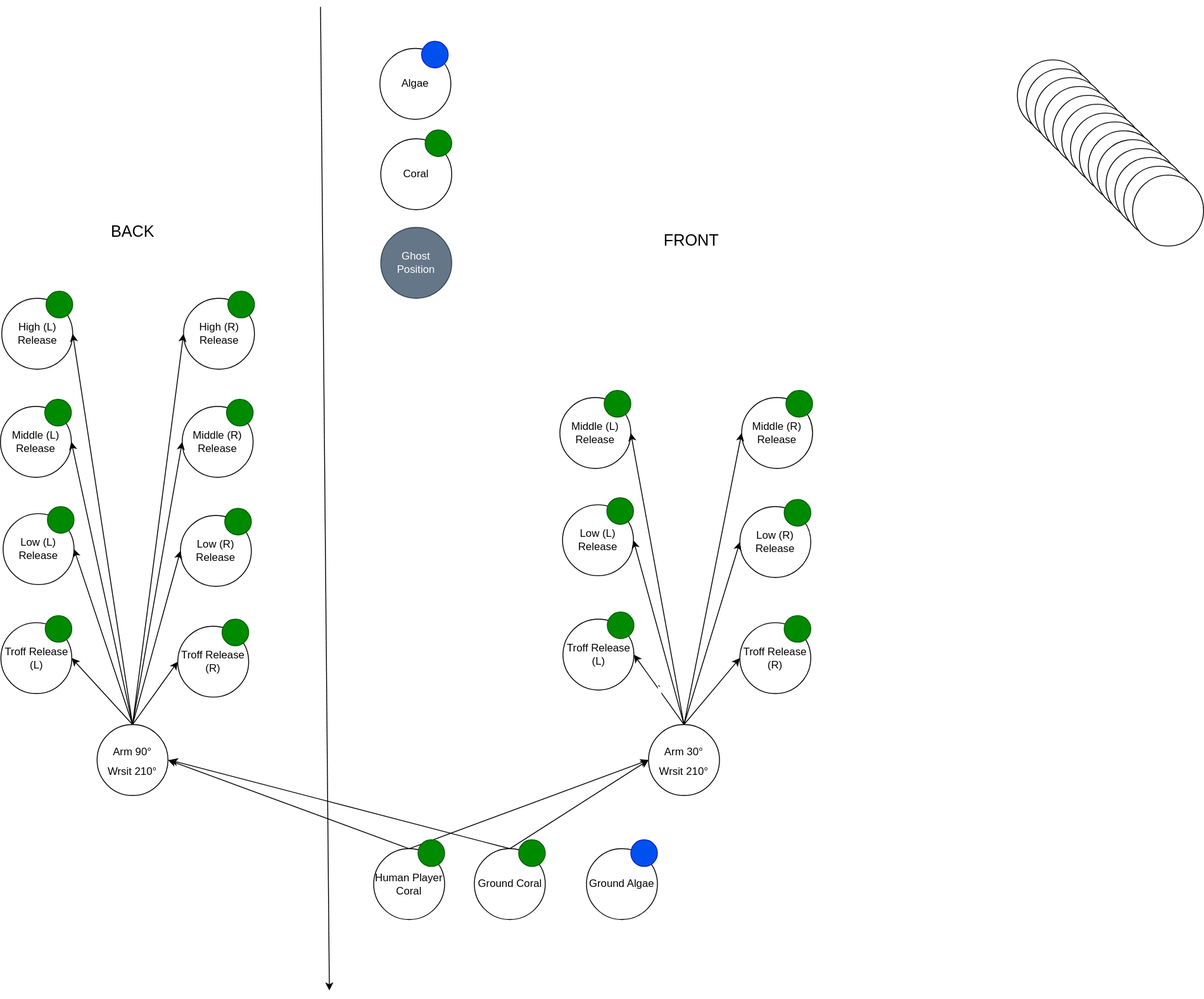
Above: src/main/java/frc/robot/subsystems/ArmControl/ArmGraph.drawio.svg in RossRambotics/2025-ReefScape (draw.io), before the change. Source tidied: cells renumbered, new cells last; positions are measured from the earlier drawing's top-left corner, leaving out a move shared by most shapes.
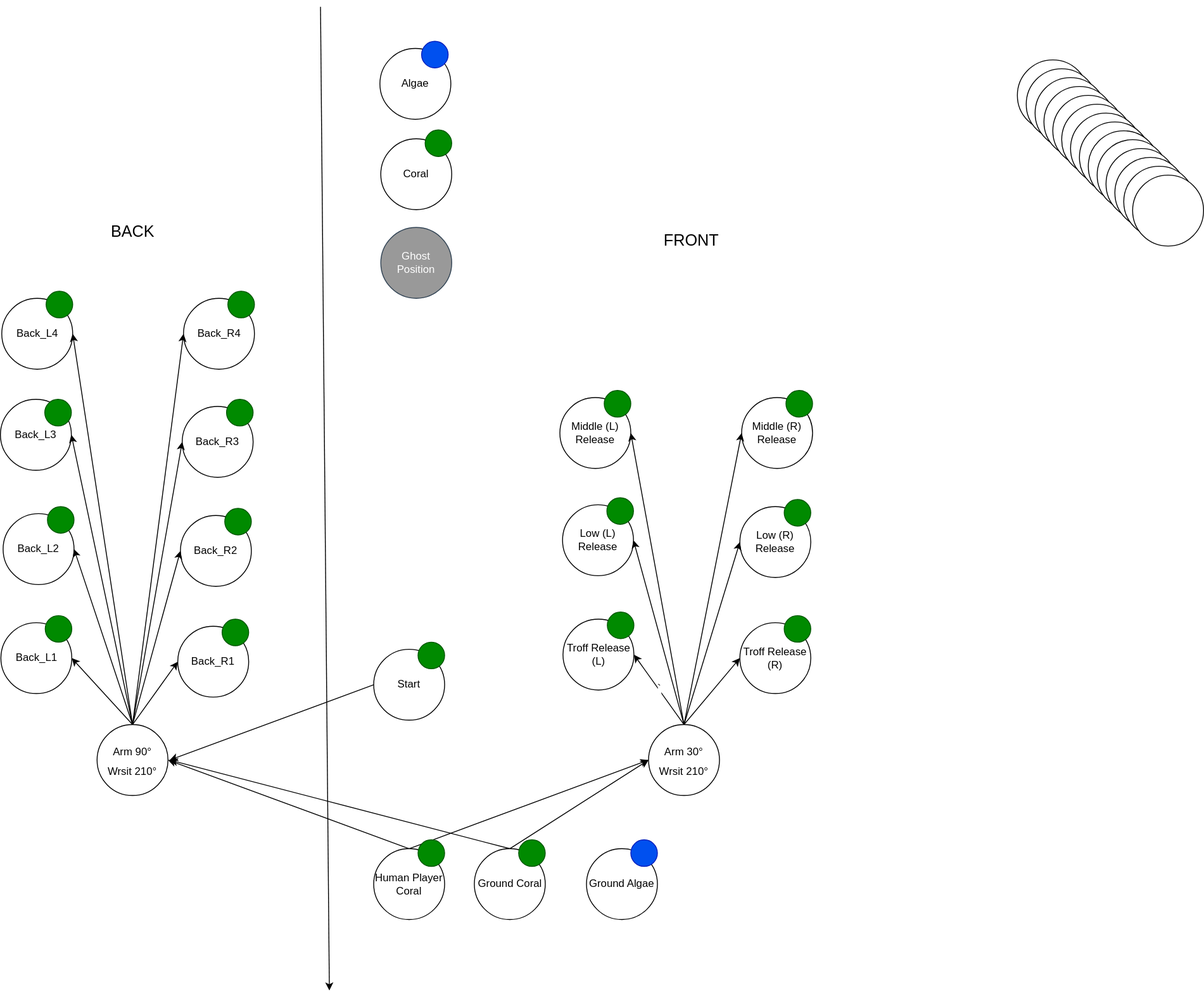
Later version of the same file.

The edit, as a diff of the source:
```diff
@@ -14,7 +14,7 @@
     <mxCell id="5" style="ellipse;whiteSpace=wrap;html=1;fillColor=#0050ef;fontColor=#ffffff;strokeColor=#001DBC;" parent="1" vertex="1">
       <mxGeometry x="475" y="39" width="30" height="30" as="geometry" />
     </mxCell>
-    <mxCell id="6" value="Ghost Position" style="ellipse;whiteSpace=wrap;html=1;fillColor=#647687;strokeColor=#314354;fontColor=#ffffff;gradientColor=none;" parent="1" vertex="1">
+    <mxCell id="6" value="Ghost Position" style="ellipse;whiteSpace=wrap;html=1;fillColor=#999999;strokeColor=#314354;fontColor=#ffffff;gradientColor=none;" parent="1" vertex="1">
       <mxGeometry x="429" y="249" width="80" height="80" as="geometry" />
     </mxCell>
     <mxCell id="7" style="edgeStyle=none;html=1;exitX=0.5;exitY=0;exitDx=0;exitDy=0;entryX=0;entryY=0.5;entryDx=0;entryDy=0;fontSize=12;" parent="1" edge="1" source="9" target="68">
@@ -121,31 +121,31 @@
     <mxCell id="39" style="ellipse;whiteSpace=wrap;html=1;gradientColor=none;" parent="1" vertex="1">
       <mxGeometry x="1277" y="190" width="80" height="80" as="geometry" />
     </mxCell>
-    <mxCell id="40" value="Troff Release (L)" style="ellipse;whiteSpace=wrap;html=1;gradientColor=none;" parent="1" vertex="1">
+    <mxCell id="40" value="Back_L1" style="ellipse;whiteSpace=wrap;html=1;gradientColor=none;" parent="1" vertex="1">
       <mxGeometry x="0.5" y="695" width="80" height="80" as="geometry" />
     </mxCell>
     <mxCell id="41" style="ellipse;whiteSpace=wrap;html=1;fillColor=#008a00;fontColor=#ffffff;strokeColor=#005700;" parent="1" vertex="1">
       <mxGeometry x="50.5" y="687" width="30" height="30" as="geometry" />
     </mxCell>
-    <mxCell id="42" value="Low (L) Release" style="ellipse;whiteSpace=wrap;html=1;gradientColor=none;" parent="1" vertex="1">
+    <mxCell id="42" value="Back_L2" style="ellipse;whiteSpace=wrap;html=1;gradientColor=none;" parent="1" vertex="1">
       <mxGeometry x="3" y="572" width="80" height="80" as="geometry" />
     </mxCell>
     <mxCell id="43" style="ellipse;whiteSpace=wrap;html=1;fillColor=#008a00;fontColor=#ffffff;strokeColor=#005700;" parent="1" vertex="1">
       <mxGeometry x="53" y="564" width="30" height="30" as="geometry" />
     </mxCell>
-    <mxCell id="44" value="Low (R) Release" style="ellipse;whiteSpace=wrap;html=1;gradientColor=none;" parent="1" vertex="1">
+    <mxCell id="44" value="Back_R2" style="ellipse;whiteSpace=wrap;html=1;gradientColor=none;" parent="1" vertex="1">
       <mxGeometry x="203" y="574" width="80" height="80" as="geometry" />
     </mxCell>
     <mxCell id="45" style="ellipse;whiteSpace=wrap;html=1;fillColor=#008a00;fontColor=#ffffff;strokeColor=#005700;" parent="1" vertex="1">
       <mxGeometry x="253" y="566" width="30" height="30" as="geometry" />
     </mxCell>
-    <mxCell id="46" value="Middle (L) Release" style="ellipse;whiteSpace=wrap;html=1;gradientColor=none;" parent="1" vertex="1">
-      <mxGeometry y="451" width="80" height="80" as="geometry" />
+    <mxCell id="46" value="Back_L3" style="ellipse;whiteSpace=wrap;html=1;gradientColor=none;" parent="1" vertex="1">
+      <mxGeometry y="443" width="80" height="80" as="geometry" />
     </mxCell>
     <mxCell id="47" style="ellipse;whiteSpace=wrap;html=1;fillColor=#008a00;fontColor=#ffffff;strokeColor=#005700;" parent="1" vertex="1">
       <mxGeometry x="50" y="443" width="30" height="30" as="geometry" />
     </mxCell>
-    <mxCell id="48" value="Middle (R) Release" style="ellipse;whiteSpace=wrap;html=1;gradientColor=none;" parent="1" vertex="1">
+    <mxCell id="48" value="Back_R3" style="ellipse;whiteSpace=wrap;html=1;gradientColor=none;" parent="1" vertex="1">
       <mxGeometry x="205" y="451" width="80" height="80" as="geometry" />
     </mxCell>
     <mxCell id="49" style="ellipse;whiteSpace=wrap;html=1;fillColor=#008a00;fontColor=#ffffff;strokeColor=#005700;" parent="1" vertex="1">
@@ -157,19 +157,19 @@
     <mxCell id="51" value="&lt;font style=&quot;font-size: 18px;&quot;&gt;FRONT&lt;/font&gt;" style="text;strokeColor=none;align=center;fillColor=none;html=1;verticalAlign=middle;whiteSpace=wrap;rounded=0;" parent="1" vertex="1">
       <mxGeometry x="714" y="229" width="131" height="70" as="geometry" />
     </mxCell>
-    <mxCell id="52" value="High (L) Release" style="ellipse;whiteSpace=wrap;html=1;gradientColor=none;" parent="1" vertex="1">
+    <mxCell id="52" value="Back_L4" style="ellipse;whiteSpace=wrap;html=1;gradientColor=none;" parent="1" vertex="1">
       <mxGeometry x="1.5" y="329" width="80" height="80" as="geometry" />
     </mxCell>
     <mxCell id="53" style="ellipse;whiteSpace=wrap;html=1;fillColor=#008a00;fontColor=#ffffff;strokeColor=#005700;" parent="1" vertex="1">
       <mxGeometry x="51.5" y="321" width="30" height="30" as="geometry" />
     </mxCell>
-    <mxCell id="54" value="High (R) Release" style="ellipse;whiteSpace=wrap;html=1;gradientColor=none;" parent="1" vertex="1">
+    <mxCell id="54" value="Back_R4" style="ellipse;whiteSpace=wrap;html=1;gradientColor=none;" parent="1" vertex="1">
       <mxGeometry x="206.5" y="329" width="80" height="80" as="geometry" />
     </mxCell>
     <mxCell id="55" style="ellipse;whiteSpace=wrap;html=1;fillColor=#008a00;fontColor=#ffffff;strokeColor=#005700;" parent="1" vertex="1">
       <mxGeometry x="256.5" y="321" width="30" height="30" as="geometry" />
     </mxCell>
-    <mxCell id="56" value="Troff Release (R)" style="ellipse;whiteSpace=wrap;html=1;gradientColor=none;" parent="1" vertex="1">
+    <mxCell id="56" value="Back_R1" style="ellipse;whiteSpace=wrap;html=1;gradientColor=none;" parent="1" vertex="1">
       <mxGeometry x="200" y="699" width="80" height="80" as="geometry" />
     </mxCell>
     <mxCell id="57" style="ellipse;whiteSpace=wrap;html=1;fillColor=#008a00;fontColor=#ffffff;strokeColor=#005700;" parent="1" vertex="1">
@@ -235,5 +235,16 @@
     <mxCell id="77" value="&lt;span style=&quot;font-size: 12px;&quot;&gt;Arm 90°&lt;br&gt;Wrsit&amp;nbsp;&lt;/span&gt;&lt;span style=&quot;font-size: 12px;&quot;&gt;210°&lt;/span&gt;" style="ellipse;whiteSpace=wrap;html=1;fontSize=18;gradientColor=none;" parent="1" vertex="1">
       <mxGeometry x="109" y="810" width="80" height="80" as="geometry" />
     </mxCell>
+    <mxCell id="78" value="Start" style="ellipse;whiteSpace=wrap;html=1;gradientColor=none;" parent="1" vertex="1">
+      <mxGeometry x="421" y="725" width="80" height="80" as="geometry" />
+    </mxCell>
+    <mxCell id="79" style="ellipse;whiteSpace=wrap;html=1;fillColor=#008a00;fontColor=#ffffff;strokeColor=#005700;" parent="1" vertex="1">
+      <mxGeometry x="471" y="717" width="30" height="30" as="geometry" />
+    </mxCell>
+    <mxCell id="80" style="edgeStyle=none;html=1;exitX=0;exitY=0.5;exitDx=0;exitDy=0;fontSize=12;" parent="1" edge="1" source="78">
+      <mxGeometry relative="1" as="geometry">
+        <mxPoint x="191" y="850" as="targetPoint" />
+      </mxGeometry>
+    </mxCell>
   </root>
 </mxGraphModel>
```
